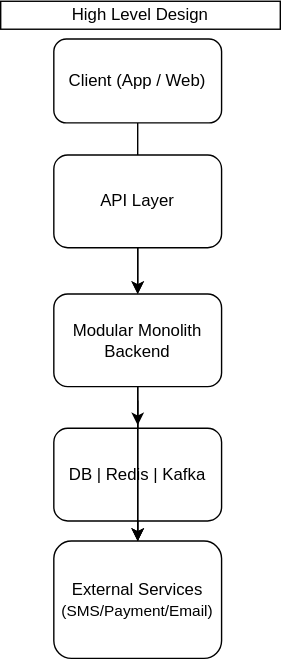
This is System-design.svg from Parveen-collab/nirmaansetu-backend, a draw.io export, as it was before one commit. Source tidied: cells renumbered, new cells last; positions are measured from the earlier drawing's top-left corner, leaving out a move shared by most shapes.
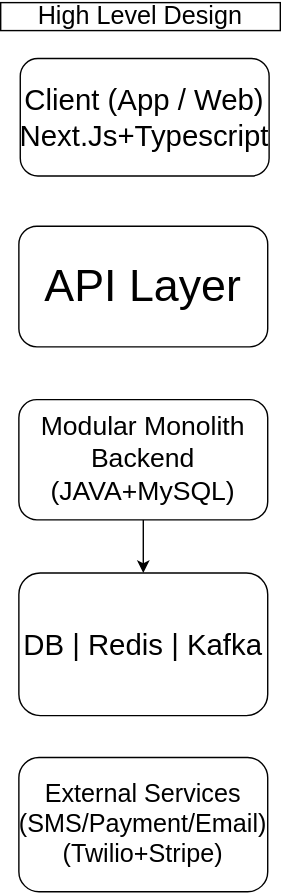
Above is the later version.

What changed in the source:
```diff
@@ -2,46 +2,26 @@
   <root>
     <mxCell id="0" />
     <mxCell id="1" parent="0" />
-    <mxCell id="2" style="edgeStyle=orthogonalEdgeStyle;rounded=0;jettySize=auto;html=1;" parent="1" edge="1" source="3" target="6">
-      <mxGeometry relative="1" as="geometry" />
-    </mxCell>
+    <mxCell id="14" value="&lt;font style=&quot;font-size: 18px;&quot;&gt;High Level Design&lt;/font&gt;" style="rounded=0;whiteSpace=wrap;html=1;" parent="1" vertex="1">
+      <mxGeometry x="27" width="200" height="20" as="geometry" />
+    </mxCell>
-    <mxCell id="3" value="Client (App / Web)" style="rounded=1;whiteSpace=wrap;html=1;" parent="1" vertex="1">
-      <mxGeometry x="38" y="27" width="120" height="60" as="geometry" />
+    <mxCell id="3" value="&lt;font style=&quot;font-size: 21px;&quot;&gt;Client (App / Web)&lt;br&gt;Next.Js+Typescript&lt;/font&gt;" style="rounded=1;whiteSpace=wrap;html=1;" parent="1" vertex="1">
+      <mxGeometry x="41" y="40" width="178" height="84" as="geometry" />
     </mxCell>
-    <mxCell id="4" style="group;" parent="1" vertex="1">
-      <mxGeometry x="38" y="110" width="120" height="360" as="geometry" />
-    </mxCell>
-    <mxCell id="5" value="API Layer" style="rounded=1;whiteSpace=wrap;html=1;" parent="4" vertex="1">
-      <mxGeometry width="120" height="66.3" as="geometry" />
+    <mxCell id="5" value="&lt;font style=&quot;font-size: 32px;&quot;&gt;API Layer&lt;/font&gt;" style="rounded=1;whiteSpace=wrap;html=1;" parent="1" vertex="1">
+      <mxGeometry x="40" y="160" width="178" height="86.3" as="geometry" />
     </mxCell>
+    <mxCell id="15" style="edgeStyle=orthogonalEdgeStyle;rounded=0;jettySize=auto;html=1;exitX=0.5;exitY=1;exitDx=0;exitDy=0;entryX=0.5;entryY=0;entryDx=0;entryDy=0;" parent="1" edge="1" source="6" target="9">
+      <mxGeometry relative="1" as="geometry" />
+    </mxCell>
-    <mxCell id="6" value="Modular Monolith Backend" style="rounded=1;whiteSpace=wrap;html=1;" parent="4" vertex="1">
-      <mxGeometry y="99.4" width="120" height="66.3" as="geometry" />
+    <mxCell id="6" value="&lt;font style=&quot;font-size: 19px;&quot;&gt;Modular Monolith Backend&lt;br&gt;(JAVA+MySQL)&lt;/font&gt;" style="rounded=1;whiteSpace=wrap;html=1;" parent="1" vertex="1">
+      <mxGeometry x="40" y="284" width="178" height="86" as="geometry" />
     </mxCell>
-    <mxCell id="7" style="edgeStyle=orthogonalEdgeStyle;rounded=0;jettySize=auto;html=1;" parent="4" edge="1" source="9" target="10">
-      <mxGeometry relative="1" as="geometry" />
-    </mxCell>
-    <mxCell id="8" style="edgeStyle=orthogonalEdgeStyle;rounded=0;jettySize=auto;html=1;" parent="4" edge="1" source="9">
-      <mxGeometry relative="1" as="geometry">
-        <mxPoint x="60" y="193.3" as="targetPoint" />
-      </mxGeometry>
-    </mxCell>
-    <mxCell id="9" value="DB | Redis | Kafka" style="rounded=1;whiteSpace=wrap;html=1;" parent="4" vertex="1">
-      <mxGeometry y="195.5" width="120" height="66.3" as="geometry" />
+    <mxCell id="9" value="&lt;font style=&quot;font-size: 21px;&quot;&gt;DB | Redis | Kafka&lt;/font&gt;" style="rounded=1;whiteSpace=wrap;html=1;" parent="1" vertex="1">
+      <mxGeometry x="40" y="408" width="178" height="102" as="geometry" />
     </mxCell>
-    <mxCell id="10" value="External Services &lt;font style=&quot;font-size: 11px;&quot;&gt;(SMS/Payment/Email)&lt;/font&gt;" style="rounded=1;whiteSpace=wrap;html=1;" parent="4" vertex="1">
-      <mxGeometry y="276.1" width="120" height="83.9" as="geometry" />
+    <mxCell id="10" value="&lt;font style=&quot;font-size: 18px;&quot;&gt;External Services &lt;/font&gt;&lt;font style=&quot;font-size: 18px;&quot;&gt;&lt;font style=&quot;font-size: 18px;&quot;&gt;(SMS/Payment/Email)&lt;br&gt;(Twilio+Stripe)&lt;/font&gt;&lt;br&gt;&lt;/font&gt;" style="rounded=1;whiteSpace=wrap;html=1;" parent="1" vertex="1">
+      <mxGeometry x="40" y="540" width="178" height="96" as="geometry" />
     </mxCell>
-    <mxCell id="11" style="edgeStyle=orthogonalEdgeStyle;rounded=0;jettySize=auto;html=1;" parent="4" edge="1" source="5" target="6">
-      <mxGeometry relative="1" as="geometry" />
-    </mxCell>
-    <mxCell id="12" style="edgeStyle=orthogonalEdgeStyle;rounded=0;jettySize=auto;html=1;" parent="4" edge="1" source="6" target="10">
-      <mxGeometry relative="1" as="geometry" />
-    </mxCell>
-    <mxCell id="13" style="edgeStyle=orthogonalEdgeStyle;rounded=0;jettySize=auto;html=1;" parent="4" edge="1" source="6" target="10">
-      <mxGeometry relative="1" as="geometry" />
-    </mxCell>
-    <mxCell id="14" value="High Level Design" style="rounded=0;whiteSpace=wrap;html=1;" parent="1" vertex="1">
-      <mxGeometry width="200" height="20" as="geometry" />
-    </mxCell>
   </root>
 </mxGraphModel>
```
